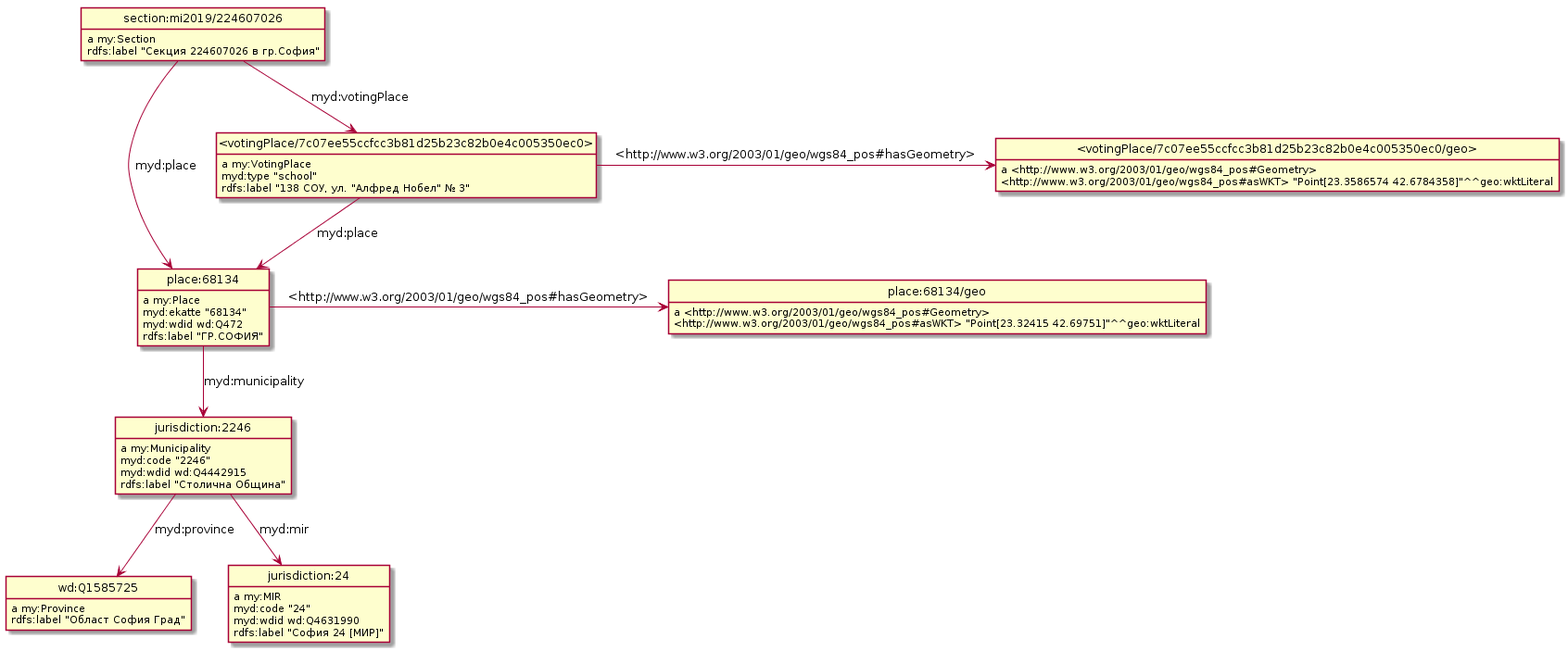
This is model/places.png from nikolatulechki/semanticElections, a PlantUML export, as it was before one commit.
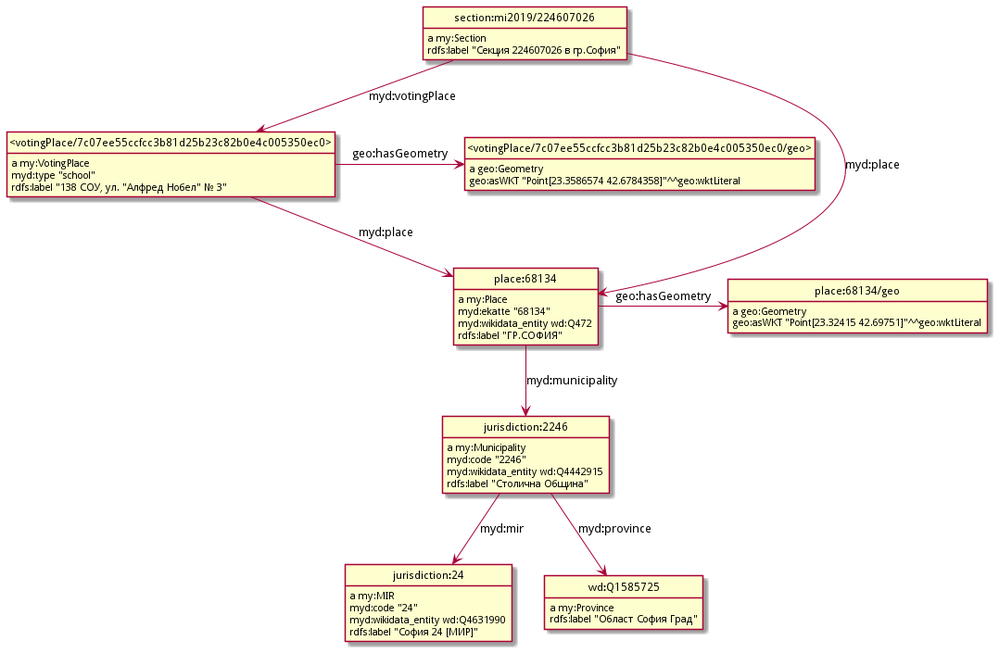
After the change.

The edit, as a diff of the source:
```diff
@@ -3,43 +3,43 @@
 hide empty attributes
 hide circle
 skinparam classAttributeIconSize 0
-class wd_Q1585725 as "wd:Q1585725"
-wd_Q1585725 : a my:Province
-wd_Q1585725 : rdfs:label "Област София Град"
+class _votingPlace_7c07ee55ccfcc3b81d25b23c82b0e4c005350ec0_ as "<votingPlace/7c07ee55ccfcc3b81d25b23c82b0e4c005350ec0>"
+_votingPlace_7c07ee55ccfcc3b81d25b23c82b0e4c005350ec0_ : a my:VotingPlace
+class _votingPlace_7c07ee55ccfcc3b81d25b23c82b0e4c005350ec0_geo_ as "<votingPlace/7c07ee55ccfcc3b81d25b23c82b0e4c005350ec0/geo>"
+_votingPlace_7c07ee55ccfcc3b81d25b23c82b0e4c005350ec0_ -right-> _votingPlace_7c07ee55ccfcc3b81d25b23c82b0e4c005350ec0_geo_ : geo:hasGeometry
 class place_68134 as "place:68134"
+_votingPlace_7c07ee55ccfcc3b81d25b23c82b0e4c005350ec0_ -down-> place_68134 : myd:place
+_votingPlace_7c07ee55ccfcc3b81d25b23c82b0e4c005350ec0_ : myd:type "school"
+_votingPlace_7c07ee55ccfcc3b81d25b23c82b0e4c005350ec0_ : rdfs:label "138 СОУ, ул. "Алфред Нобел" № 3"
 place_68134 : a my:Place
-class place_68134_geo as "place:68134/geo"
-place_68134 -right-> place_68134_geo : <http://www.w3.org/2003/01/geo/wgs84_pos#hasGeometry>
 class jurisdiction_2246 as "jurisdiction:2246"
 place_68134 -down-> jurisdiction_2246 : myd:municipality
+class place_68134_geo as "place:68134/geo"
+place_68134 -right-> place_68134_geo : geo:hasGeometry
 place_68134 : myd:ekatte "68134"
-place_68134 : myd:wdid wd:Q472
+place_68134 : myd:wikidata_entity wd:Q472
 place_68134 : rdfs:label "ГР.СОФИЯ"
-place_68134_geo : a <http://www.w3.org/2003/01/geo/wgs84_pos#Geometry>
-place_68134_geo : <http://www.w3.org/2003/01/geo/wgs84_pos#asWKT> "Point[23.32415 42.69751]"^^geo:wktLiteral
-class jurisdiction_24 as "jurisdiction:24"
-jurisdiction_24 : a my:MIR
-jurisdiction_24 : myd:code "24"
-jurisdiction_24 : myd:wdid wd:Q4631990
-jurisdiction_24 : rdfs:label "София 24 [МИР]"
-jurisdiction_2246 : a my:Municipality
-jurisdiction_2246 -down-> jurisdiction_24 : myd:mir
-jurisdiction_2246 -down-> wd_Q1585725 : myd:province
-jurisdiction_2246 : myd:code "2246"
-jurisdiction_2246 : myd:wdid wd:Q4442915
-jurisdiction_2246 : rdfs:label "Столична Община"
-class _votingPlace_7c07ee55ccfcc3b81d25b23c82b0e4c005350ec0_geo_ as "<votingPlace/7c07ee55ccfcc3b81d25b23c82b0e4c005350ec0/geo>"
-_votingPlace_7c07ee55ccfcc3b81d25b23c82b0e4c005350ec0_geo_ : a <http://www.w3.org/2003/01/geo/wgs84_pos#Geometry>
-_votingPlace_7c07ee55ccfcc3b81d25b23c82b0e4c005350ec0_geo_ : <http://www.w3.org/2003/01/geo/wgs84_pos#asWKT> "Point[23.3586574 42.6784358]"^^geo:wktLiteral
-class _votingPlace_7c07ee55ccfcc3b81d25b23c82b0e4c005350ec0_ as "<votingPlace/7c07ee55ccfcc3b81d25b23c82b0e4c005350ec0>"
-_votingPlace_7c07ee55ccfcc3b81d25b23c82b0e4c005350ec0_ : a my:VotingPlace
-_votingPlace_7c07ee55ccfcc3b81d25b23c82b0e4c005350ec0_ -down-> place_68134 : myd:place
-_votingPlace_7c07ee55ccfcc3b81d25b23c82b0e4c005350ec0_ -right-> _votingPlace_7c07ee55ccfcc3b81d25b23c82b0e4c005350ec0_geo_ : <http://www.w3.org/2003/01/geo/wgs84_pos#hasGeometry>
-_votingPlace_7c07ee55ccfcc3b81d25b23c82b0e4c005350ec0_ : myd:type "school"
-_votingPlace_7c07ee55ccfcc3b81d25b23c82b0e4c005350ec0_ : rdfs:label "138 СОУ, ул. "Алфред Нобел" № 3"
 class section_mi2019_224607026 as "section:mi2019/224607026"
 section_mi2019_224607026 : a my:Section
 section_mi2019_224607026 -down-> _votingPlace_7c07ee55ccfcc3b81d25b23c82b0e4c005350ec0_ : myd:votingPlace
 section_mi2019_224607026 -down-> place_68134 : myd:place
 section_mi2019_224607026 : rdfs:label "Секция 224607026 в гр.София"
+place_68134_geo : a geo:Geometry
+place_68134_geo : geo:asWKT "Point[23.32415 42.69751]"^^geo:wktLiteral
+class jurisdiction_24 as "jurisdiction:24"
+jurisdiction_24 : a my:MIR
+jurisdiction_24 : myd:code "24"
+jurisdiction_24 : myd:wikidata_entity wd:Q4631990
+jurisdiction_24 : rdfs:label "София 24 [МИР]"
+jurisdiction_2246 : a my:Municipality
+jurisdiction_2246 -down-> jurisdiction_24 : myd:mir
+class wd_Q1585725 as "wd:Q1585725"
+jurisdiction_2246 -down-> wd_Q1585725 : myd:province
+jurisdiction_2246 : myd:code "2246"
+jurisdiction_2246 : myd:wikidata_entity wd:Q4442915
+jurisdiction_2246 : rdfs:label "Столична Община"
+wd_Q1585725 : a my:Province
+wd_Q1585725 : rdfs:label "Област София Град"
+_votingPlace_7c07ee55ccfcc3b81d25b23c82b0e4c005350ec0_geo_ : a geo:Geometry
+_votingPlace_7c07ee55ccfcc3b81d25b23c82b0e4c005350ec0_geo_ : geo:asWKT "Point[23.3586574 42.6784358]"^^geo:wktLiteral
 @enduml
```
